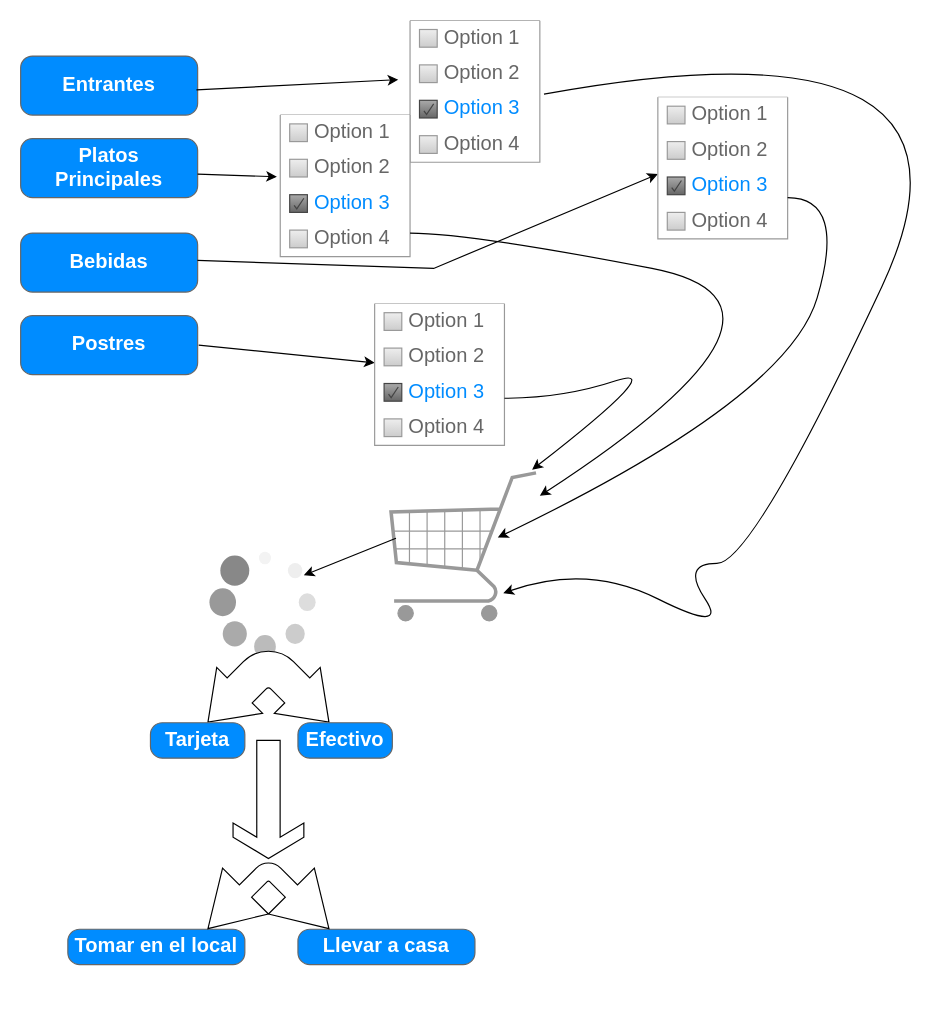
Subkhht/DiagramasInterfaces keeps this draw.io diagram as prueba.drawio. Above is the earlier version. Source tidied: cells renumbered, new cells numbered last; positions are measured from the earlier drawing's top-left corner, leaving out a move shared by most shapes. Both pictures are drawn from the tidied source at 118%, with x=0, y=0 at pixel (20, 8).
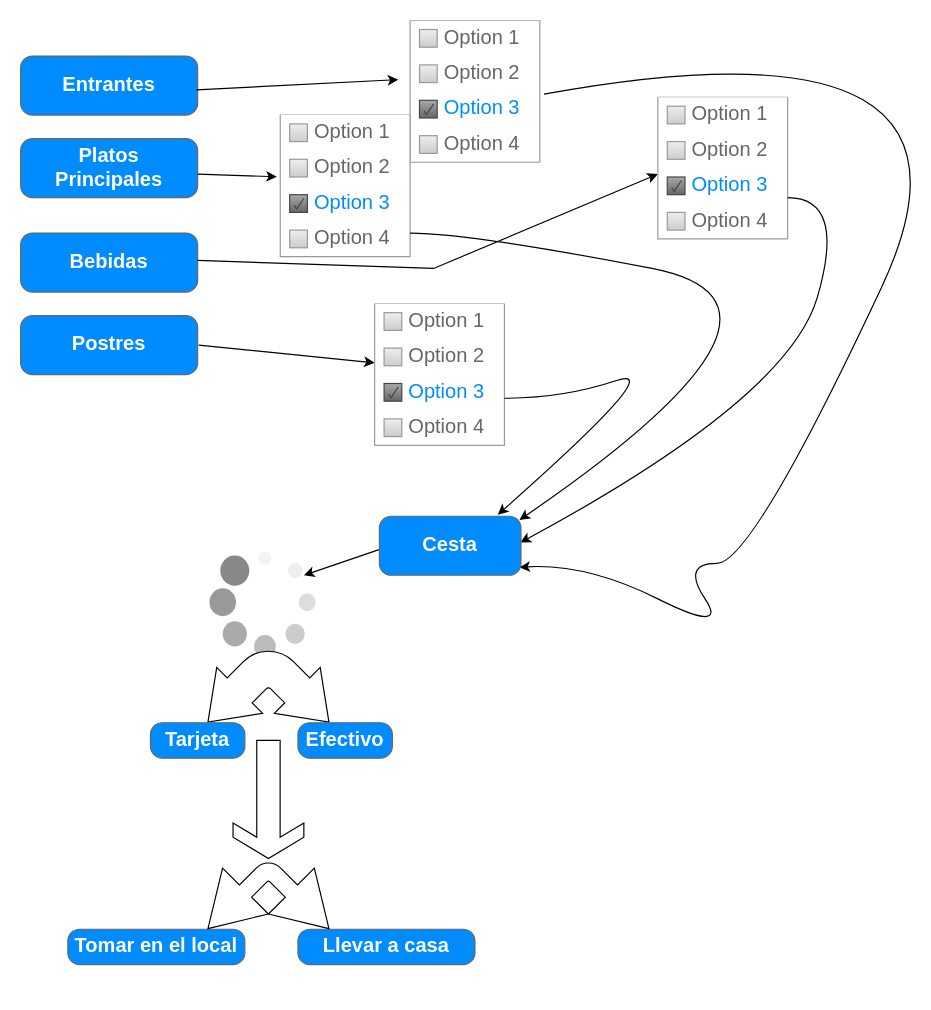
The same page after the edit.

The change refers to these unchanged cells:
```xml
<mxCell id="11" value="Option 3" style="text;strokeColor=none;align=left;verticalAlign=middle;spacingLeft=27;spacingRight=10;overflow=hidden;points=[[0,0.5],[1,0.5]];portConstraint=eastwest;whiteSpace=wrap;html=1;rSize=5;fillColor=none;fontColor=#008CFF;fontSize=17;" parent="6" vertex="1">
  <mxGeometry y="60" width="110" height="30" as="geometry" />
</mxCell>
```

Diff of the diagram source:
```diff
@@
-    <mxCell id="26" style="curved=1;endArrow=classic;html=1;rounded=0;exitX=1.032;exitY=0.076;exitDx=0;exitDy=0;exitPerimeter=0;entryX=0.762;entryY=0.809;entryDx=0;entryDy=0;entryPerimeter=0;" parent="1" edge="1" source="11" target="28">
+    <mxCell id="26" style="curved=1;endArrow=classic;html=1;rounded=0;exitX=1.032;exitY=0.076;exitDx=0;exitDy=0;exitPerimeter=0;entryX=0.989;entryY=0.864;entryDx=0;entryDy=0;entryPerimeter=0;" parent="1" edge="1" source="11" target="60">
       <mxGeometry relative="1" as="geometry">
         <Array as="points">
           <mxPoint x="840" />
           <mxPoint x="620" y="470" />
           <mxPoint x="560" y="470" />
           <mxPoint x="600" y="530" />
           <mxPoint x="480" y="470" />
         </Array>
       </mxGeometry>
     </mxCell>
-    <mxCell id="27" style="curved=1;endArrow=classic;html=1;rounded=0;entryX=0.726;entryY=0.446;entryDx=0;entryDy=0;entryPerimeter=0;" parent="1" edge="1" target="28">
+    <mxCell id="27" style="curved=1;endArrow=classic;html=1;rounded=0;entryX=0.996;entryY=0.446;entryDx=0;entryDy=0;entryPerimeter=0;" parent="1" edge="1" target="60">
       <mxGeometry relative="1" as="geometry">
         <mxPoint x="650" y="160" as="sourcePoint" />
         <Array as="points">
           <mxPoint x="700" y="160" />
           <mxPoint x="650" y="330" />
         </Array>
       </mxGeometry>
     </mxCell>
-    <mxCell id="28" style="verticalLabelPosition=bottom;shadow=0;dashed=0;align=center;html=1;verticalAlign=top;strokeWidth=1;shape=mxgraph.mockup.misc.shoppingCart;strokeColor=#999999;" parent="1" vertex="1">
-      <mxGeometry x="310" y="390" width="130" height="130" as="geometry" />
-    </mxCell>
-    <mxCell id="29" style="endArrow=classic;html=1;rounded=0;exitX=0.062;exitY=0.451;exitDx=0;exitDy=0;exitPerimeter=0;" parent="1" edge="1" source="28">
+    <mxCell id="29" style="endArrow=classic;html=1;rounded=0;exitX=0.034;exitY=0.536;exitDx=0;exitDy=0;exitPerimeter=0;" parent="1" edge="1" source="60">
       <mxGeometry relative="1" as="geometry">
         <mxPoint x="240" y="480" as="targetPoint" />
       </mxGeometry>
     </mxCell>
@@
-    <mxCell id="58" style="curved=1;endArrow=classic;html=1;rounded=0;entryX=0.95;entryY=0.004;entryDx=0;entryDy=0;entryPerimeter=0;" parent="1" edge="1" target="28">
+    <mxCell id="58" style="curved=1;endArrow=classic;html=1;rounded=0;entryX=0.837;entryY=-0.027;entryDx=0;entryDy=0;entryPerimeter=0;" parent="1" edge="1" target="60">
       <mxGeometry relative="1" as="geometry">
         <mxPoint x="410" y="330" as="sourcePoint" />
         <Array as="points">
           <mxPoint x="460" y="330" />
           <mxPoint x="550" y="300" />
         </Array>
       </mxGeometry>
     </mxCell>
-    <mxCell id="59" style="curved=1;endArrow=classic;html=1;rounded=0;" parent="1" edge="1" target="28">
+    <mxCell id="59" style="curved=1;endArrow=classic;html=1;rounded=0;entryX=0.989;entryY=0.064;entryDx=0;entryDy=0;entryPerimeter=0;" parent="1" edge="1" target="60">
       <mxGeometry relative="1" as="geometry">
         <mxPoint x="330" y="190" as="sourcePoint" />
         <Array as="points">
           <mxPoint x="380" y="190" />
           <mxPoint x="690" y="250" />
         </Array>
       </mxGeometry>
     </mxCell>
+    <mxCell id="60" value="Cesta" style="strokeWidth=1;shadow=0;dashed=0;align=center;html=1;shape=mxgraph.mockup.buttons.button;strokeColor=#666666;fontColor=#ffffff;mainText=;buttonStyle=round;fontSize=17;fontStyle=1;fillColor=#008cff;whiteSpace=wrap;" parent="1" vertex="1">
+      <mxGeometry x="304" y="430" width="120" height="50" as="geometry" />
+    </mxCell>
```
